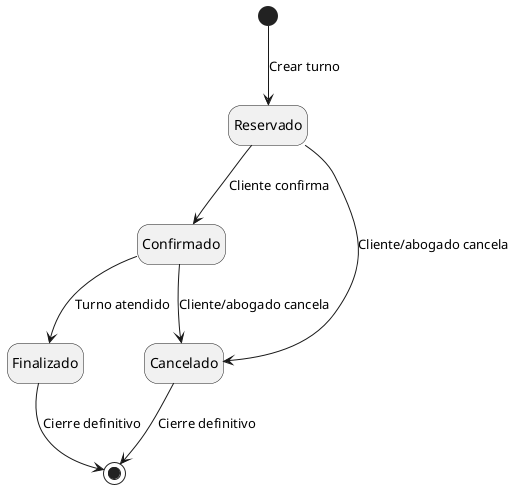
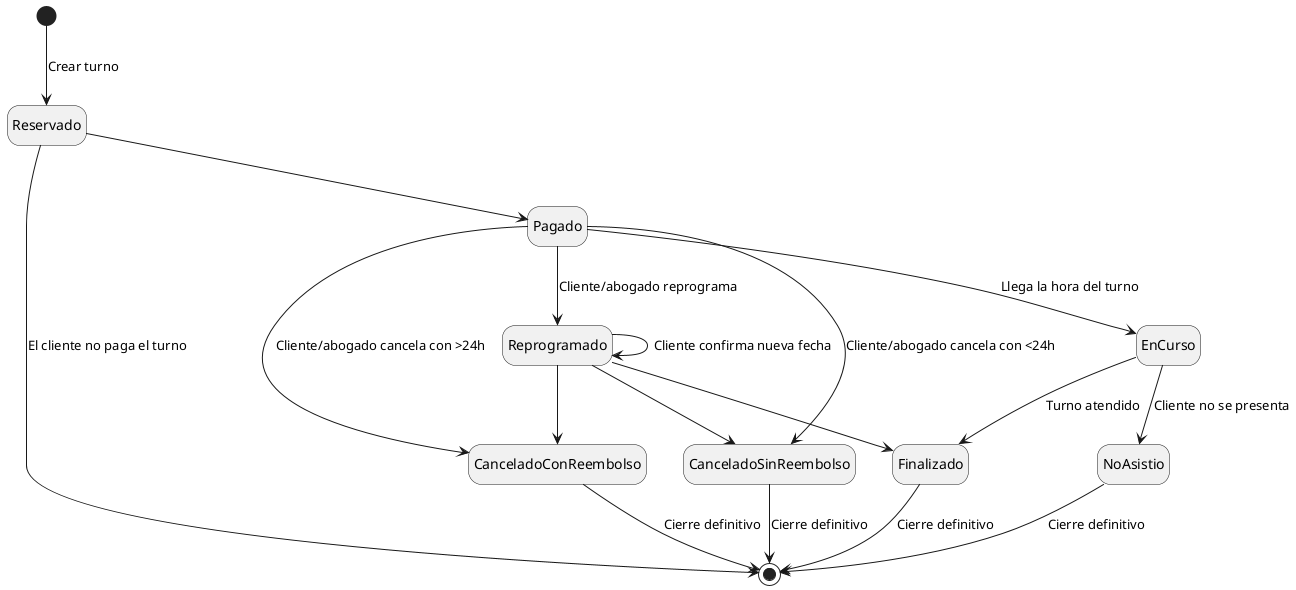
@startuml CicloEstadosTurno
hide empty description
+ 
[*] --> Reservado : Crear turno

- Reservado --> Confirmado : Cliente confirma
- Reservado --> Cancelado : Cliente/abogado cancela
+ Reservado --> [*]: El cliente no paga el turno
+ Reservado --> Pagado

- Confirmado --> Cancelado : Cliente/abogado cancela
- Confirmado --> Finalizado : Turno atendido
+ Pagado --> EnCurso : Llega la hora del turno
+ Pagado --> CanceladoConReembolso : Cliente/abogado cancela con >24h
+ Pagado --> CanceladoSinReembolso : Cliente/abogado cancela con <24h
+ Pagado --> Reprogramado : Cliente/abogado reprograma

- Cancelado --> [*] : Cierre definitivo
+ EnCurso --> Finalizado : Turno atendido
+ EnCurso --> NoAsistio : Cliente no se presenta
+ 
+ Reprogramado --> Reprogramado : Cliente confirma nueva fecha
+ Reprogramado --> CanceladoConReembolso
+ Reprogramado --> CanceladoSinReembolso
+ Reprogramado --> Finalizado
+ 
+ CanceladoConReembolso --> [*] : Cierre definitivo
+ CanceladoSinReembolso --> [*] : Cierre definitivo
+ NoAsistio --> [*] : Cierre definitivo
Finalizado --> [*] : Cierre definitivo

- @enduml
+ @enduml